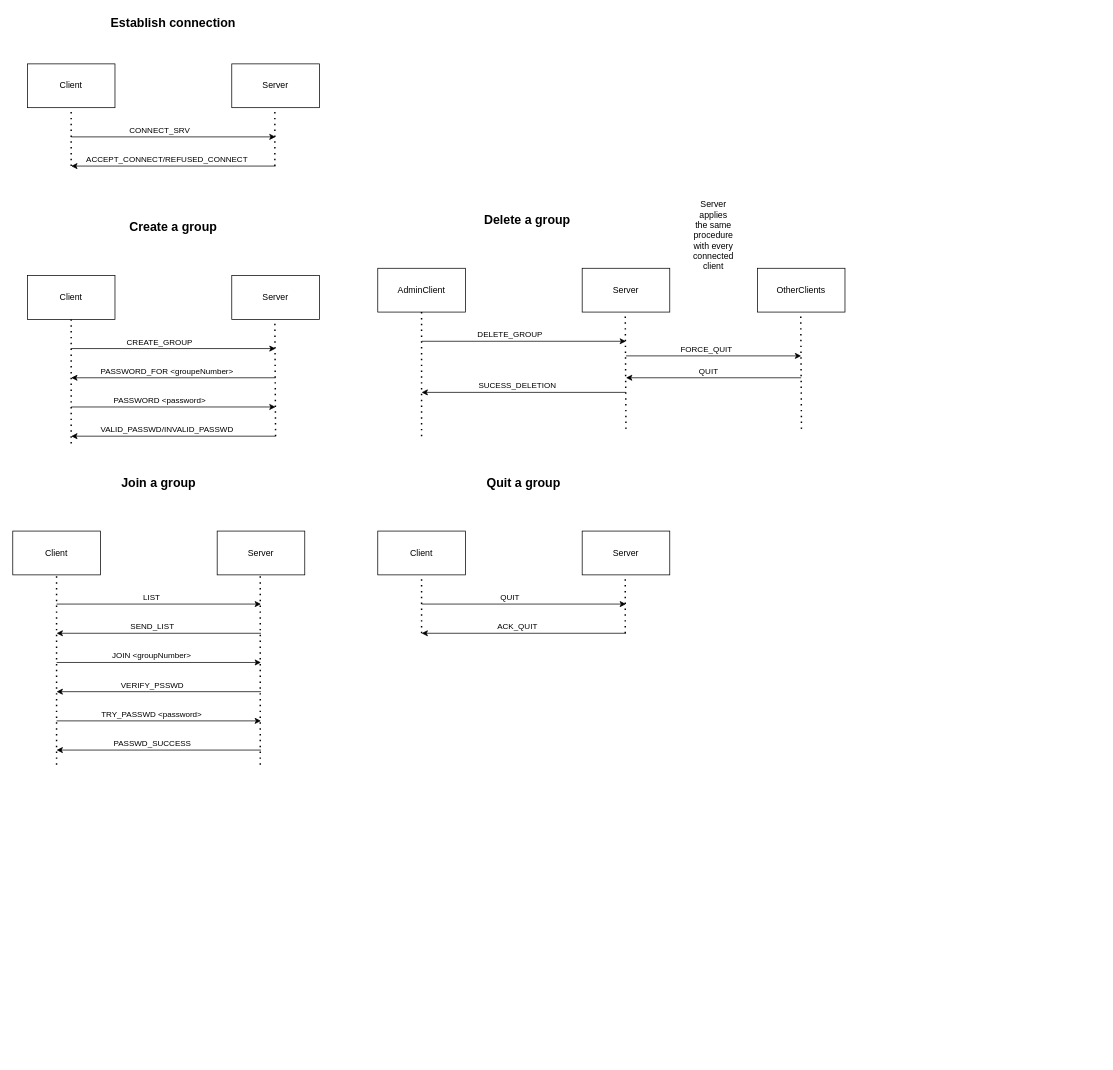
Before: applicationProtocol/ConsulyProtocol.drawio in CamilleThHEIG/consuly, a draw.io diagram. Source tidied: cells renumbered, new cells numbered last; positions are measured from the earlier drawing's top-left corner, leaving out a move shared by most shapes. Both pictures are drawn from the tidied source at 73%, with x=0, y=0 at pixel (12, 12).
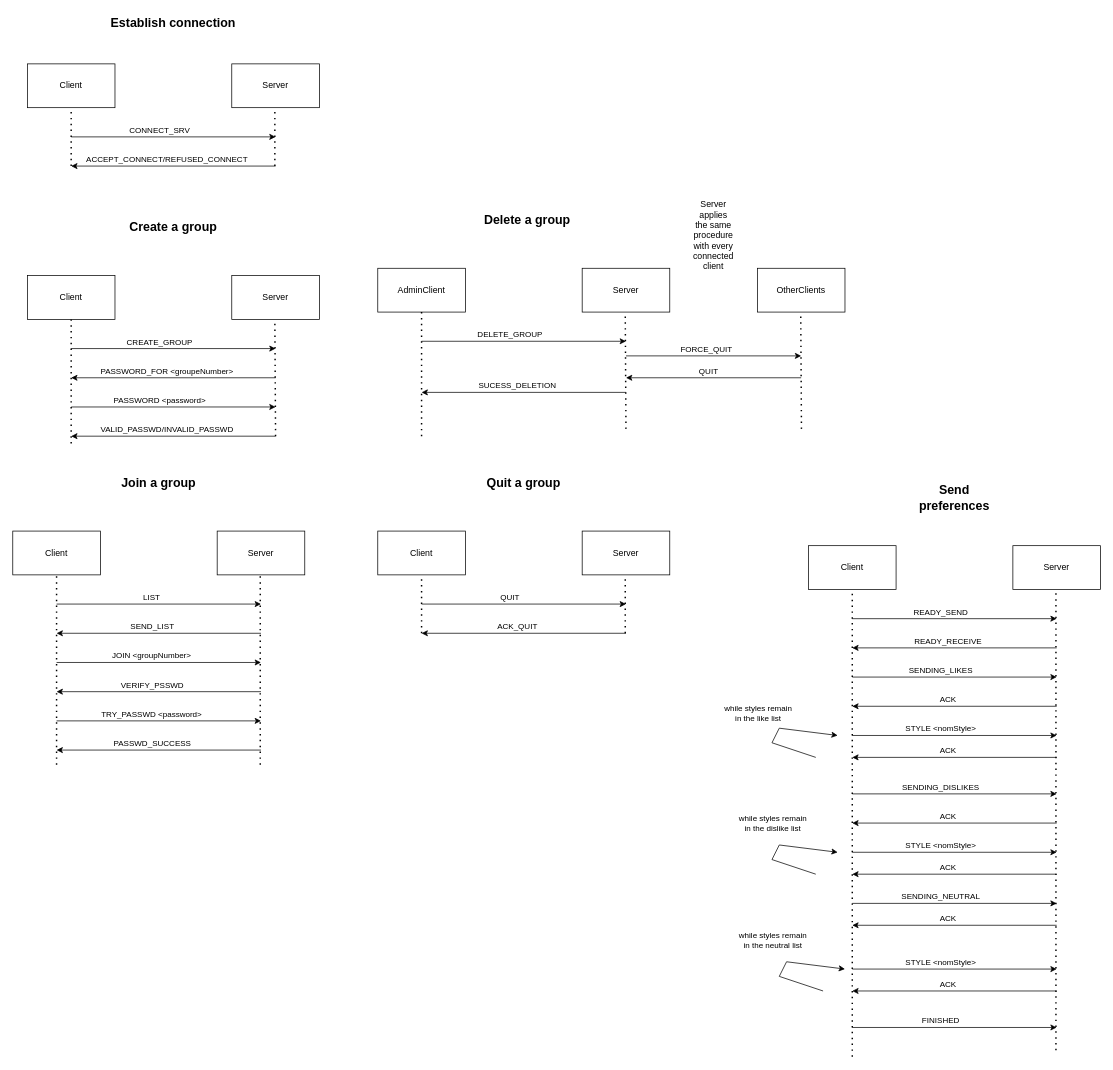
Above is the later version.

Commit message (it also covers changes not shown here):
Created application protocol

Change to the diagram source:
```diff
@@
+    <mxCell id="66" value="&lt;span style=&quot;font-size: 17px;&quot;&gt;&lt;b&gt;Send preferences&lt;/b&gt;&lt;/span&gt;" style="text;html=1;strokeColor=none;fillColor=none;align=center;verticalAlign=middle;whiteSpace=wrap;rounded=0;" parent="1" vertex="1">
+      <mxGeometry x="1220" y="650" width="140" height="30" as="geometry" />
+    </mxCell>
+    <mxCell id="67" value="Client" style="rounded=0;whiteSpace=wrap;html=1;" parent="1" vertex="1">
+      <mxGeometry x="1090" y="730" width="120" height="60" as="geometry" />
+    </mxCell>
+    <mxCell id="68" value="Server" style="rounded=0;whiteSpace=wrap;html=1;" parent="1" vertex="1">
+      <mxGeometry x="1370" y="730" width="120" height="60" as="geometry" />
+    </mxCell>
+    <mxCell id="69" style="endArrow=none;dashed=1;html=1;dashPattern=1 3;strokeWidth=2;rounded=0;entryX=0.5;entryY=1;entryDx=0;entryDy=0;" parent="1" edge="1">
+      <mxGeometry relative="1" as="geometry">
+        <mxPoint x="1429" y="1421.3" as="sourcePoint" />
+        <mxPoint x="1429" y="790" as="targetPoint" />
+      </mxGeometry>
+    </mxCell>
+    <mxCell id="70" style="endArrow=none;dashed=1;html=1;dashPattern=1 3;strokeWidth=2;rounded=0;entryX=0.5;entryY=1;entryDx=0;entryDy=0;" parent="1" edge="1">
+      <mxGeometry relative="1" as="geometry">
+        <mxPoint x="1150" y="1430" as="sourcePoint" />
+        <mxPoint x="1150" y="790" as="targetPoint" />
+      </mxGeometry>
+    </mxCell>
+    <mxCell id="71" style="endArrow=classic;html=1;rounded=0;" parent="1" edge="1">
+      <mxGeometry relative="1" as="geometry">
+        <mxPoint x="1150" y="830" as="sourcePoint" />
+        <mxPoint x="1430" y="830" as="targetPoint" />
+      </mxGeometry>
+    </mxCell>
+    <mxCell id="72" value="READY_SEND" style="edgeLabel;html=1;align=center;verticalAlign=middle;" parent="71" vertex="1">
+      <mxGeometry x="-0.14" y="3" relative="1" as="geometry">
+        <mxPoint y="-7" as="offset" />
+      </mxGeometry>
+    </mxCell>
+    <mxCell id="73" style="endArrow=classic;html=1;rounded=0;" parent="1" edge="1">
+      <mxGeometry relative="1" as="geometry">
+        <mxPoint x="1430" y="870" as="sourcePoint" />
+        <mxPoint x="1150" y="870" as="targetPoint" />
+      </mxGeometry>
+    </mxCell>
+    <mxCell id="74" value="READY_RECEIVE" style="edgeLabel;html=1;align=center;verticalAlign=middle;" parent="73" vertex="1">
+      <mxGeometry x="0.07" relative="1" as="geometry">
+        <mxPoint y="-10" as="offset" />
+      </mxGeometry>
+    </mxCell>
+    <mxCell id="75" style="endArrow=classic;html=1;rounded=0;" parent="1" edge="1">
+      <mxGeometry relative="1" as="geometry">
+        <mxPoint x="1150" y="910" as="sourcePoint" />
+        <mxPoint x="1430" y="910" as="targetPoint" />
+      </mxGeometry>
+    </mxCell>
+    <mxCell id="76" value="SENDING_LIKES" style="edgeLabel;html=1;align=center;verticalAlign=middle;" parent="75" vertex="1">
+      <mxGeometry x="-0.14" y="3" relative="1" as="geometry">
+        <mxPoint y="-7" as="offset" />
+      </mxGeometry>
+    </mxCell>
+    <mxCell id="77" style="endArrow=classic;html=1;rounded=0;" parent="1" edge="1">
+      <mxGeometry relative="1" as="geometry">
+        <mxPoint x="1430" y="950" as="sourcePoint" />
+        <mxPoint x="1150" y="950" as="targetPoint" />
+      </mxGeometry>
+    </mxCell>
+    <mxCell id="78" value="ACK" style="edgeLabel;html=1;align=center;verticalAlign=middle;" parent="77" vertex="1">
+      <mxGeometry x="0.07" relative="1" as="geometry">
+        <mxPoint y="-10" as="offset" />
+      </mxGeometry>
+    </mxCell>
+    <mxCell id="79" style="endArrow=classic;html=1;rounded=0;" parent="1" edge="1">
+      <mxGeometry relative="1" as="geometry">
+        <mxPoint x="1150" y="990" as="sourcePoint" />
+        <mxPoint x="1430" y="990" as="targetPoint" />
+      </mxGeometry>
+    </mxCell>
+    <mxCell id="80" value="STYLE &amp;lt;nomStyle&amp;gt;" style="edgeLabel;html=1;align=center;verticalAlign=middle;" parent="79" vertex="1">
+      <mxGeometry x="-0.14" y="3" relative="1" as="geometry">
+        <mxPoint y="-7" as="offset" />
+      </mxGeometry>
+    </mxCell>
+    <mxCell id="81" style="endArrow=classic;html=1;rounded=0;" parent="1" edge="1">
+      <mxGeometry relative="1" as="geometry">
+        <mxPoint x="1430" y="1020" as="sourcePoint" />
+        <mxPoint x="1150" y="1020" as="targetPoint" />
+      </mxGeometry>
+    </mxCell>
+    <mxCell id="82" value="ACK" style="edgeLabel;html=1;align=center;verticalAlign=middle;" parent="81" vertex="1">
+      <mxGeometry x="0.07" relative="1" as="geometry">
+        <mxPoint y="-10" as="offset" />
+      </mxGeometry>
+    </mxCell>
+    <mxCell id="83" style="endArrow=classic;html=1;rounded=0;" parent="1" edge="1">
+      <mxGeometry relative="1" as="geometry">
+        <mxPoint x="1100" y="1020" as="sourcePoint" />
+        <mxPoint x="1130" y="990" as="targetPoint" />
+        <Array as="points">
+          <mxPoint x="1040" y="1000" />
+          <mxPoint x="1050" y="980" />
+        </Array>
+      </mxGeometry>
+    </mxCell>
+    <mxCell id="84" value="while styles remain&lt;br&gt;in the like list" style="edgeLabel;html=1;align=center;verticalAlign=middle;" parent="83" vertex="1">
+      <mxGeometry x="-0.07" y="2" relative="1" as="geometry">
+        <mxPoint x="-24" y="-27" as="offset" />
+      </mxGeometry>
+    </mxCell>
+    <mxCell id="85" style="endArrow=classic;html=1;rounded=0;" parent="1" edge="1">
+      <mxGeometry relative="1" as="geometry">
+        <mxPoint x="1150" y="1070" as="sourcePoint" />
+        <mxPoint x="1430" y="1070" as="targetPoint" />
+      </mxGeometry>
+    </mxCell>
+    <mxCell id="86" value="SENDING_DISLIKES" style="edgeLabel;html=1;align=center;verticalAlign=middle;" parent="85" vertex="1">
+      <mxGeometry x="-0.14" y="3" relative="1" as="geometry">
+        <mxPoint y="-7" as="offset" />
+      </mxGeometry>
+    </mxCell>
+    <mxCell id="87" style="endArrow=classic;html=1;rounded=0;" parent="1" edge="1">
+      <mxGeometry relative="1" as="geometry">
+        <mxPoint x="1430" y="1110" as="sourcePoint" />
+        <mxPoint x="1150" y="1110" as="targetPoint" />
+      </mxGeometry>
+    </mxCell>
+    <mxCell id="88" value="ACK" style="edgeLabel;html=1;align=center;verticalAlign=middle;" parent="87" vertex="1">
+      <mxGeometry x="0.07" relative="1" as="geometry">
+        <mxPoint y="-10" as="offset" />
+      </mxGeometry>
+    </mxCell>
+    <mxCell id="89" style="endArrow=classic;html=1;rounded=0;" parent="1" edge="1">
+      <mxGeometry relative="1" as="geometry">
+        <mxPoint x="1150" y="1150" as="sourcePoint" />
+        <mxPoint x="1430" y="1150" as="targetPoint" />
+      </mxGeometry>
+    </mxCell>
+    <mxCell id="90" value="STYLE &amp;lt;nomStyle&amp;gt;" style="edgeLabel;html=1;align=center;verticalAlign=middle;" parent="89" vertex="1">
+      <mxGeometry x="-0.14" y="3" relative="1" as="geometry">
+        <mxPoint y="-7" as="offset" />
+      </mxGeometry>
+    </mxCell>
+    <mxCell id="91" style="endArrow=classic;html=1;rounded=0;" parent="1" edge="1">
+      <mxGeometry relative="1" as="geometry">
+        <mxPoint x="1430" y="1180" as="sourcePoint" />
+        <mxPoint x="1150" y="1180" as="targetPoint" />
+      </mxGeometry>
+    </mxCell>
+    <mxCell id="92" value="ACK" style="edgeLabel;html=1;align=center;verticalAlign=middle;" parent="91" vertex="1">
+      <mxGeometry x="0.07" relative="1" as="geometry">
+        <mxPoint y="-10" as="offset" />
+      </mxGeometry>
+    </mxCell>
+    <mxCell id="93" style="endArrow=classic;html=1;rounded=0;" parent="1" edge="1">
+      <mxGeometry relative="1" as="geometry">
+        <mxPoint x="1100" y="1180" as="sourcePoint" />
+        <mxPoint x="1130" y="1150" as="targetPoint" />
+        <Array as="points">
+          <mxPoint x="1040" y="1160" />
+          <mxPoint x="1050" y="1140" />
+        </Array>
+      </mxGeometry>
+    </mxCell>
+    <mxCell id="94" style="endArrow=classic;html=1;rounded=0;" parent="1" edge="1">
+      <mxGeometry relative="1" as="geometry">
+        <mxPoint x="1150" y="1220" as="sourcePoint" />
+        <mxPoint x="1430" y="1220" as="targetPoint" />
+      </mxGeometry>
+    </mxCell>
+    <mxCell id="95" value="SENDING_NEUTRAL" style="edgeLabel;html=1;align=center;verticalAlign=middle;" parent="94" vertex="1">
+      <mxGeometry x="-0.14" y="3" relative="1" as="geometry">
+        <mxPoint y="-7" as="offset" />
+      </mxGeometry>
+    </mxCell>
+    <mxCell id="96" style="endArrow=classic;html=1;rounded=0;" parent="1" edge="1">
+      <mxGeometry relative="1" as="geometry">
+        <mxPoint x="1430" y="1250" as="sourcePoint" />
+        <mxPoint x="1150" y="1250" as="targetPoint" />
+      </mxGeometry>
+    </mxCell>
+    <mxCell id="97" value="ACK" style="edgeLabel;html=1;align=center;verticalAlign=middle;" parent="96" vertex="1">
+      <mxGeometry x="0.07" relative="1" as="geometry">
+        <mxPoint y="-10" as="offset" />
+      </mxGeometry>
+    </mxCell>
+    <mxCell id="98" style="endArrow=classic;html=1;rounded=0;" parent="1" edge="1">
+      <mxGeometry relative="1" as="geometry">
+        <mxPoint x="1150" y="1310" as="sourcePoint" />
+        <mxPoint x="1430" y="1310" as="targetPoint" />
+      </mxGeometry>
+    </mxCell>
+    <mxCell id="99" value="STYLE &amp;lt;nomStyle&amp;gt;" style="edgeLabel;html=1;align=center;verticalAlign=middle;" parent="98" vertex="1">
+      <mxGeometry x="-0.14" y="3" relative="1" as="geometry">
+        <mxPoint y="-7" as="offset" />
+      </mxGeometry>
+    </mxCell>
+    <mxCell id="100" style="endArrow=classic;html=1;rounded=0;" parent="1" edge="1">
+      <mxGeometry relative="1" as="geometry">
+        <mxPoint x="1430" y="1340" as="sourcePoint" />
+        <mxPoint x="1150" y="1340" as="targetPoint" />
+      </mxGeometry>
+    </mxCell>
+    <mxCell id="101" value="ACK" style="edgeLabel;html=1;align=center;verticalAlign=middle;" parent="100" vertex="1">
+      <mxGeometry x="0.07" relative="1" as="geometry">
+        <mxPoint y="-10" as="offset" />
+      </mxGeometry>
+    </mxCell>
+    <mxCell id="102" style="endArrow=classic;html=1;rounded=0;" parent="1" edge="1">
+      <mxGeometry relative="1" as="geometry">
+        <mxPoint x="1110" y="1340" as="sourcePoint" />
+        <mxPoint x="1140" y="1310" as="targetPoint" />
+        <Array as="points">
+          <mxPoint x="1050" y="1320" />
+          <mxPoint x="1060" y="1300" />
+        </Array>
+      </mxGeometry>
+    </mxCell>
+    <mxCell id="103" style="endArrow=classic;html=1;rounded=0;" parent="1" edge="1">
+      <mxGeometry relative="1" as="geometry">
+        <mxPoint x="1150" y="1390" as="sourcePoint" />
+        <mxPoint x="1430" y="1390" as="targetPoint" />
+      </mxGeometry>
+    </mxCell>
+    <mxCell id="104" value="FINISHED" style="edgeLabel;html=1;align=center;verticalAlign=middle;" parent="103" vertex="1">
+      <mxGeometry x="-0.14" y="3" relative="1" as="geometry">
+        <mxPoint y="-7" as="offset" />
+      </mxGeometry>
+    </mxCell>
+    <mxCell id="105" value="while styles remain&lt;br&gt;in the dislike list" style="edgeLabel;html=1;align=center;verticalAlign=middle;" parent="1" vertex="1">
+      <mxGeometry x="1040" y="1110" as="geometry" />
+    </mxCell>
+    <mxCell id="106" value="while styles remain&lt;br&gt;in the neutral list" style="edgeLabel;html=1;align=center;verticalAlign=middle;" parent="1" vertex="1">
+      <mxGeometry x="1040" y="1270" as="geometry" />
+    </mxCell>
```
